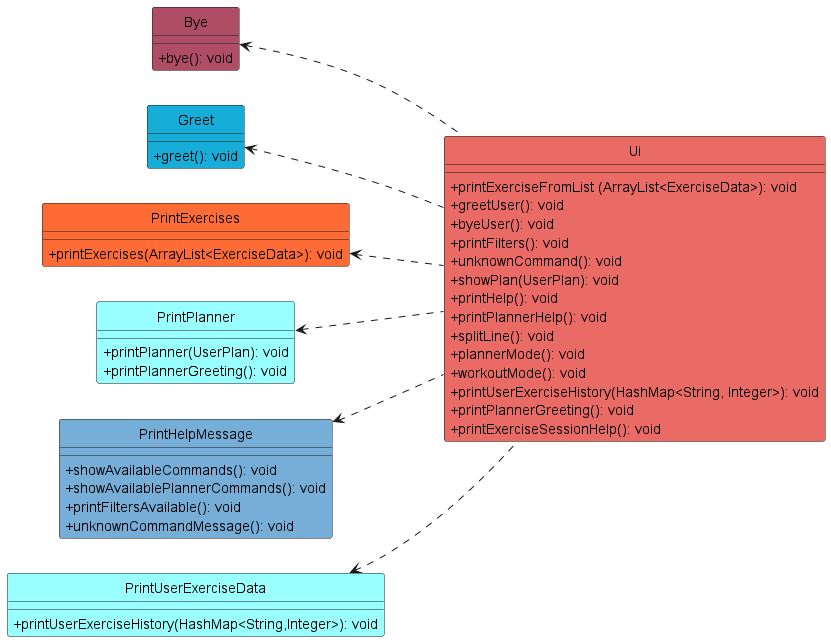
The PlantUML diagram docs/UML/Images/Ui.png in nus-cs2113-AY2223S2/tp, before a commit. Source of this version:
```plantuml
@startuml
skinparam classAttributeIconSize 0
hide circle
!include style.puml

Class Bye MAROON {
+ bye(): void
}

Class Greet SEA {
+ greet(): void
}

Class PrintExercises ORANGE {
+ printExercises(ArrayList<ExerciseData>): void
}

Class PrintPlanner DATA_COLOUR {
+ printPlanner(UserPlan): void
+ printPlannerGreeting(): void
}

Class PrintHelpMessage LAPIS {
+ showAvailableCommands(): void
+ showAvailablePlannerCommands(): void
+ printFiltersAvailable(): void
+ unknownCommandMessage(): void
}

Class PrintUserExerciseData DATA_COLOUR {
+ printUserExerciseHistory(HashMap<String,Integer>): void
}

Class Ui MAIN_COLOUR {
+ printExerciseFromList (ArrayList<ExerciseData>): void
+ greetUser(): void
+ byeUser(): void
+ printFilters(): void
+ unknownCommand(): void
+ showPlan(UserPlan): void
+ printHelp(): void
+ printPlannerHelp(): void
+ splitLine(): void
+ plannerMode(): void
+ workoutMode(): void
+ printUserExerciseHistory(HashMap<String, Integer>): void
+ printPlannerGreeting(): void
+ printExerciseSessionHelp(): void
}

left to right direction
Bye <.. Ui
Greet <.. Ui
PrintExercises <.. Ui
PrintPlanner <.. Ui
PrintHelpMessage <.. Ui
PrintUserExerciseData <.. Ui

@enduml
```
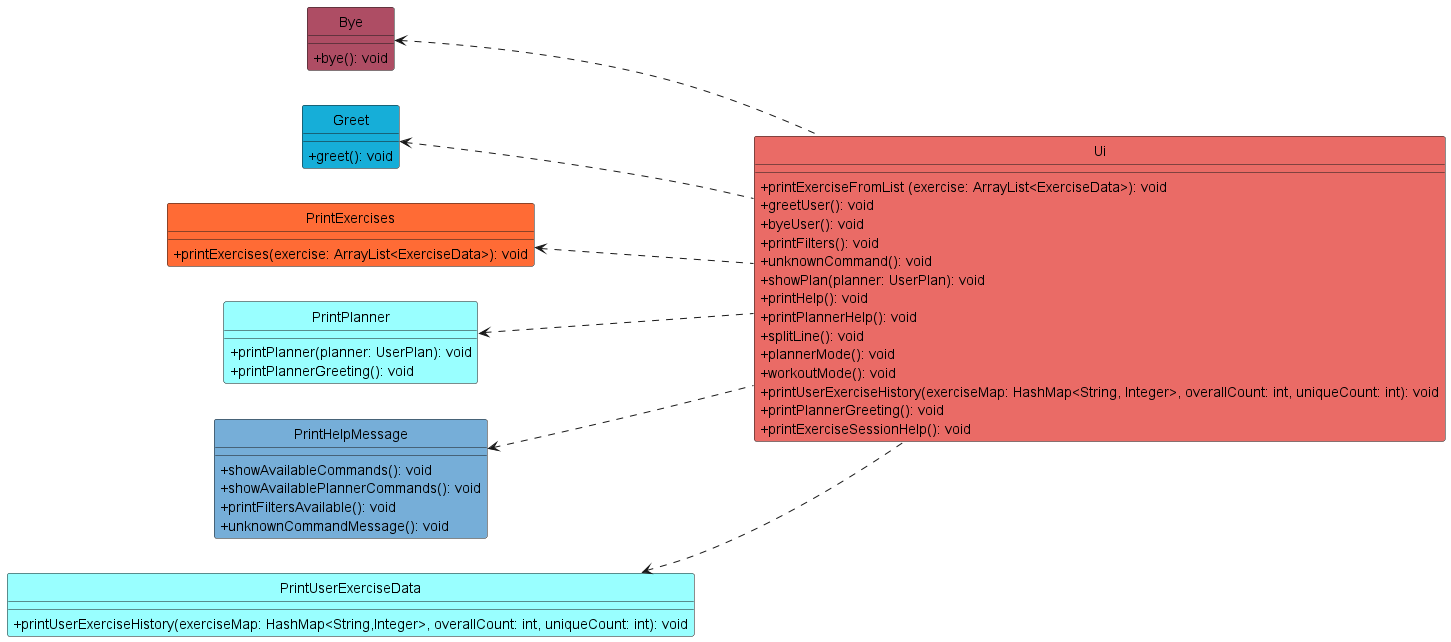
Later version of the same file.

Commit message:
updated Ui uml class diagram

Change to the diagram source:
```diff
@@ -12,11 +12,11 @@
 }
 
 Class PrintExercises ORANGE {
-+ printExercises(ArrayList<ExerciseData>): void
++ printExercises(exercise: ArrayList<ExerciseData>): void
 }
 
 Class PrintPlanner DATA_COLOUR {
-+ printPlanner(UserPlan): void
++ printPlanner(planner: UserPlan): void
 + printPlannerGreeting(): void
 }
 
@@ -28,22 +28,22 @@
 }
 
 Class PrintUserExerciseData DATA_COLOUR {
-+ printUserExerciseHistory(HashMap<String,Integer>): void
++ printUserExerciseHistory(exerciseMap: HashMap<String,Integer>, overallCount: int, uniqueCount: int): void
 }
 
 Class Ui MAIN_COLOUR {
-+ printExerciseFromList (ArrayList<ExerciseData>): void
++ printExerciseFromList (exercise: ArrayList<ExerciseData>): void
 + greetUser(): void
 + byeUser(): void
 + printFilters(): void
 + unknownCommand(): void
-+ showPlan(UserPlan): void
++ showPlan(planner: UserPlan): void
 + printHelp(): void
 + printPlannerHelp(): void
 + splitLine(): void
 + plannerMode(): void
 + workoutMode(): void
-+ printUserExerciseHistory(HashMap<String, Integer>): void
++ printUserExerciseHistory(exerciseMap: HashMap<String, Integer>, overallCount: int, uniqueCount: int): void
 + printPlannerGreeting(): void
 + printExerciseSessionHelp(): void
 }
```
